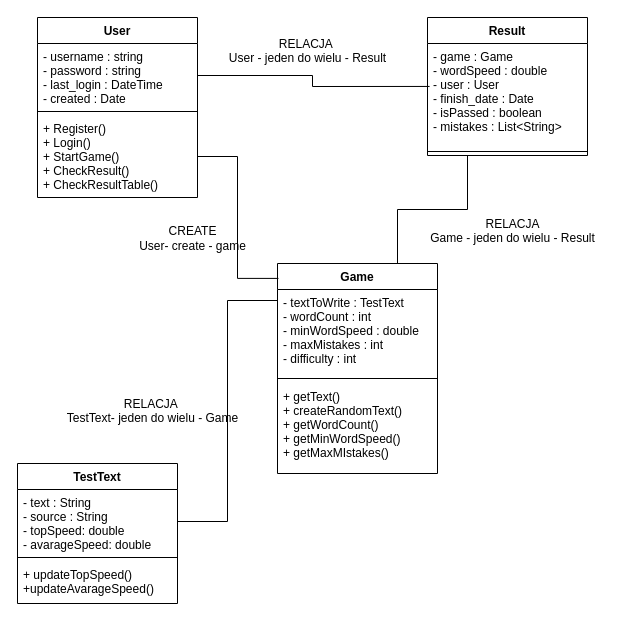
plywakd/WindowsProject keeps this draw.io diagram as classDiagram_v1.drawio. Above is the earlier version. Source tidied: cells renumbered, new cells numbered last; positions are measured from the earlier drawing's top-left corner, leaving out a move shared by most shapes. Both pictures are drawn from the tidied source at 100%, with x=0, y=0 at pixel (17, 17).
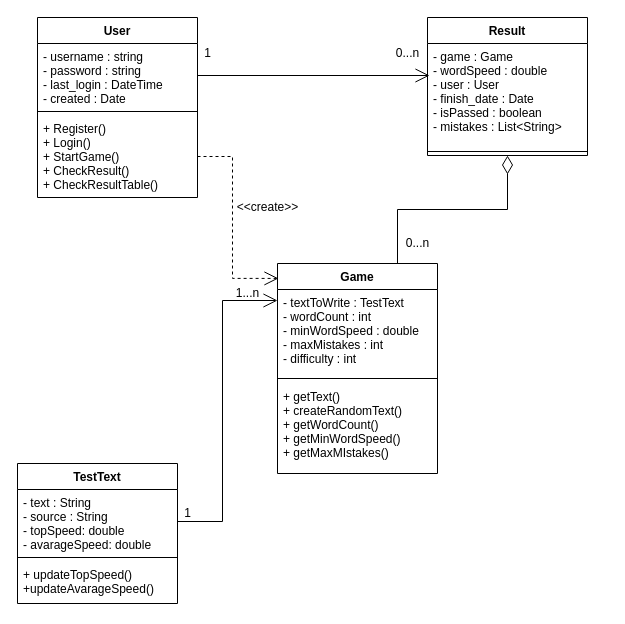
After the change.

Commit message (it also covers changes not shown here):
Updated uml class diagram

Unchanged cells that the change refers to:
```xml
<mxCell id="3" value="- username : string&#10;- password : string&#10;- last_login : DateTime&#10;- created : Date&#10;&#10;" style="text;strokeColor=none;fillColor=none;align=left;verticalAlign=top;spacingLeft=4;spacingRight=4;overflow=hidden;points=[[0,0.5],[1,0.5]];portConstraint=eastwest;" parent="2" vertex="1">
  <mxGeometry y="26" width="160" height="64" as="geometry" />
</mxCell>
<mxCell id="5" value="+ Register()&#10;+ Login()&#10;+ StartGame()&#10;+ CheckResult()&#10;+ CheckResultTable()&#10;" style="text;strokeColor=none;fillColor=none;align=left;verticalAlign=top;spacingLeft=4;spacingRight=4;overflow=hidden;points=[[0,0.5],[1,0.5]];portConstraint=eastwest;" parent="2" vertex="1">
  <mxGeometry y="98" width="160" height="82" as="geometry" />
</mxCell>
<mxCell id="11" value="Result" style="swimlane;fontStyle=1;align=center;verticalAlign=top;horizontal=1;startSize=26;" parent="1" vertex="1">
  <mxGeometry x="410" width="160" height="138" as="geometry" />
</mxCell>
<mxCell id="12" value="- game : Game&#10;- wordSpeed : double&#10;- user : User&#10;- finish_date : Date&#10;- isPassed : boolean&#10;- mistakes : List&lt;String&gt;" style="text;strokeColor=none;fillColor=none;align=left;verticalAlign=top;spacingLeft=4;spacingRight=4;overflow=hidden;points=[[0,0.5],[1,0.5]];portConstraint=eastwest;" parent="11" vertex="1">
  <mxGeometry y="26" width="160" height="104" as="geometry" />
</mxCell>
<mxCell id="15" value="Game" style="swimlane;fontStyle=1;align=center;verticalAlign=top;horizontal=1;startSize=26;" parent="1" vertex="1">
  <mxGeometry x="260" y="246" width="160" height="210" as="geometry" />
</mxCell>
<mxCell id="16" value="- textToWrite : TestText&#10;- wordCount : int&#10;- minWordSpeed : double&#10;- maxMistakes : int&#10;- difficulty : int" style="text;strokeColor=none;fillColor=none;align=left;verticalAlign=top;spacingLeft=4;spacingRight=4;overflow=hidden;points=[[0,0.5],[1,0.5]];portConstraint=eastwest;" parent="15" vertex="1">
  <mxGeometry y="26" width="160" height="84" as="geometry" />
</mxCell>
<mxCell id="22" value="- text : String&#10;- source : String&#10;- topSpeed: double&#10;- avarageSpeed: double" style="text;strokeColor=none;fillColor=none;align=left;verticalAlign=top;spacingLeft=4;spacingRight=4;overflow=hidden;points=[[0,0.5],[1,0.5]];portConstraint=eastwest;" parent="21" vertex="1">
  <mxGeometry y="26" width="160" height="64" as="geometry" />
</mxCell>
```

Change to the diagram source:
```diff
@@
-    <mxCell id="6" value="&lt;div&gt;RELACJA&amp;nbsp;&lt;/div&gt;&lt;div&gt;User - jeden do wielu - Result&lt;br&gt;&lt;/div&gt;&lt;div&gt;&lt;br&gt;&lt;/div&gt;" style="text;html=1;align=center;verticalAlign=middle;" parent="1" vertex="1">
-      <mxGeometry x="200" y="16" width="180" height="50" as="geometry" />
-    </mxCell>
-    <mxCell id="7" value="&lt;div&gt;RELACJA&amp;nbsp;&lt;/div&gt;&lt;div&gt;TestText- jeden do wielu - Game&lt;br&gt;&lt;/div&gt;&lt;div&gt;&lt;br&gt;&lt;/div&gt;" style="text;html=1;align=center;verticalAlign=middle;" parent="1" vertex="1">
-      <mxGeometry x="40" y="376" width="190" height="50" as="geometry" />
-    </mxCell>
-    <mxCell id="8" value="&lt;div&gt;CREATE&lt;/div&gt;&lt;div&gt;User- create - game&lt;br&gt;&lt;/div&gt;" style="text;html=1;align=center;verticalAlign=middle;" parent="1" vertex="1">
-      <mxGeometry x="110" y="206" width="130" height="30" as="geometry" />
-    </mxCell>
-    <mxCell id="9" value="&lt;div&gt;RELACJA&lt;/div&gt;&lt;div&gt;Game - jeden do wielu - Result&lt;/div&gt;&lt;div&gt;&lt;br&gt;&lt;/div&gt;" style="text;html=1;align=center;verticalAlign=middle;" parent="1" vertex="1">
-      <mxGeometry x="400" y="196" width="190" height="50" as="geometry" />
-    </mxCell>
-    <mxCell id="10" style="edgeStyle=orthogonalEdgeStyle;rounded=0;jettySize=auto;html=1;exitX=0.25;exitY=1;exitDx=0;exitDy=0;entryX=0.75;entryY=0;entryDx=0;entryDy=0;endArrow=none;endFill=0;" parent="1" edge="1" source="11" target="15">
-      <mxGeometry relative="1" as="geometry" />
+    <mxCell id="10" style="edgeStyle=orthogonalEdgeStyle;rounded=0;jettySize=auto;html=1;exitX=0.5;exitY=1;exitDx=0;exitDy=0;entryX=0.75;entryY=0;entryDx=0;entryDy=0;endArrow=none;endFill=0;endSize=16;startSize=16;startArrow=diamondThin;startFill=0;" parent="1" edge="1" source="11" target="15">
+      <mxGeometry relative="1" as="geometry">
+        <Array as="points">
+          <mxPoint x="490" y="192" />
+          <mxPoint x="380" y="192" />
+        </Array>
+      </mxGeometry>
     </mxCell>
@@
-    <mxCell id="14" style="edgeStyle=orthogonalEdgeStyle;rounded=0;jettySize=auto;html=1;exitX=1;exitY=0.5;exitDx=0;exitDy=0;entryX=0;entryY=0.131;entryDx=0;entryDy=0;entryPerimeter=0;endArrow=none;endFill=0;" parent="1" edge="1" source="22" target="16">
+    <mxCell id="14" style="edgeStyle=orthogonalEdgeStyle;rounded=0;jettySize=auto;html=1;exitX=1;exitY=0.5;exitDx=0;exitDy=0;entryX=0;entryY=0.131;entryDx=0;entryDy=0;entryPerimeter=0;endArrow=open;endFill=0;endSize=12;startSize=12;startArrow=none;startFill=0;" parent="1" edge="1" source="22" target="16">
       <mxGeometry relative="1" as="geometry" />
     </mxCell>
@@
-    <mxCell id="19" style="edgeStyle=orthogonalEdgeStyle;rounded=0;jettySize=auto;html=1;exitX=1;exitY=0.5;exitDx=0;exitDy=0;entryX=0.006;entryY=0.071;entryDx=0;entryDy=0;entryPerimeter=0;endArrow=none;endFill=0;" parent="1" edge="1" source="5" target="15">
+    <mxCell id="19" style="edgeStyle=orthogonalEdgeStyle;rounded=0;jettySize=auto;html=1;exitX=1;exitY=0.5;exitDx=0;exitDy=0;entryX=0.006;entryY=0.071;entryDx=0;entryDy=0;entryPerimeter=0;endArrow=open;endFill=0;endSize=12;startSize=12;dashed=1;strokeWidth=1;" parent="1" edge="1" source="5" target="15">
       <mxGeometry relative="1" as="geometry" />
     </mxCell>
-    <mxCell id="20" style="edgeStyle=orthogonalEdgeStyle;rounded=0;jettySize=auto;html=1;exitX=1;exitY=0.5;exitDx=0;exitDy=0;entryX=0.013;entryY=0.413;entryDx=0;entryDy=0;entryPerimeter=0;endArrow=none;endFill=0;" parent="1" edge="1" source="3" target="12">
-      <mxGeometry relative="1" as="geometry" />
+    <mxCell id="20" style="edgeStyle=orthogonalEdgeStyle;rounded=0;jettySize=auto;html=1;exitX=1;exitY=0.5;exitDx=0;exitDy=0;endArrow=open;endFill=0;startArrow=none;startFill=0;startSize=12;endSize=12;" parent="1" edge="1" source="3">
+      <mxGeometry relative="1" as="geometry">
+        <mxPoint x="412" y="58" as="targetPoint" />
+        <Array as="points">
+          <mxPoint x="412" y="58" />
+        </Array>
+      </mxGeometry>
     </mxCell>
@@
+    <mxCell id="25" value="1" style="text;html=1;align=center;verticalAlign=middle;" parent="1" vertex="1">
+      <mxGeometry x="180" y="26" width="20" height="20" as="geometry" />
+    </mxCell>
+    <mxCell id="26" value="0...n" style="text;html=1;align=center;verticalAlign=middle;" parent="1" vertex="1">
+      <mxGeometry x="370" y="26" width="40" height="20" as="geometry" />
+    </mxCell>
+    <mxCell id="27" value="&amp;lt;&amp;lt;create&amp;gt;&amp;gt;" style="text;html=1;align=center;verticalAlign=middle;" parent="1" vertex="1">
+      <mxGeometry x="210" y="180" width="80" height="20" as="geometry" />
+    </mxCell>
+    <mxCell id="28" value="0...n" style="text;html=1;align=center;verticalAlign=middle;" parent="1" vertex="1">
+      <mxGeometry x="380" y="216" width="40" height="20" as="geometry" />
+    </mxCell>
+    <mxCell id="29" value="1" style="text;html=1;align=center;verticalAlign=middle;" parent="1" vertex="1">
+      <mxGeometry x="160" y="486" width="20" height="20" as="geometry" />
+    </mxCell>
+    <mxCell id="30" value="1...n" style="text;html=1;align=center;verticalAlign=middle;" parent="1" vertex="1">
+      <mxGeometry x="210" y="266" width="40" height="20" as="geometry" />
+    </mxCell>
```
